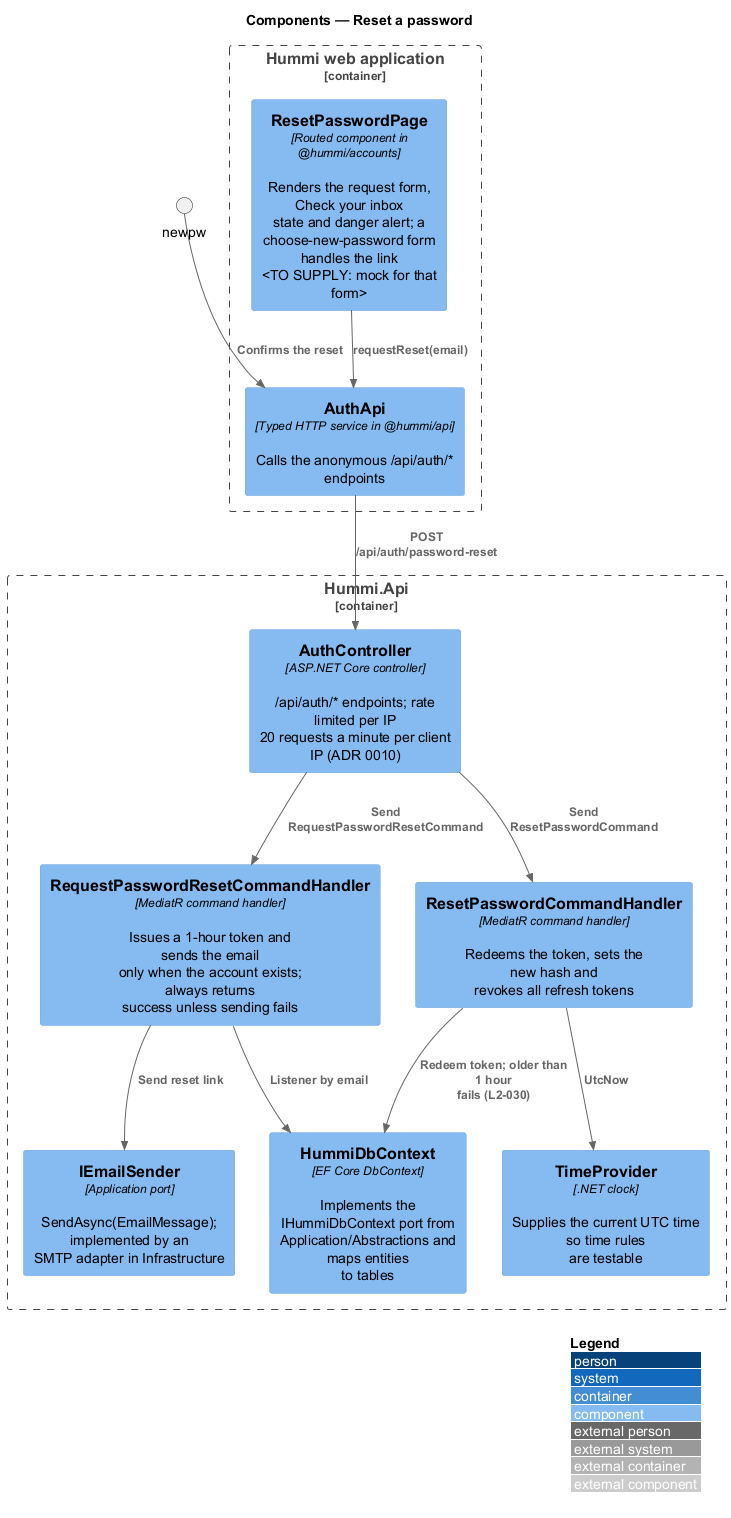
Before: docs/detailed-designs/accounts/reset-password/diagrams/c4-component.png, a diagram exported from PlantUML (QuinntyneBrown/hummi).
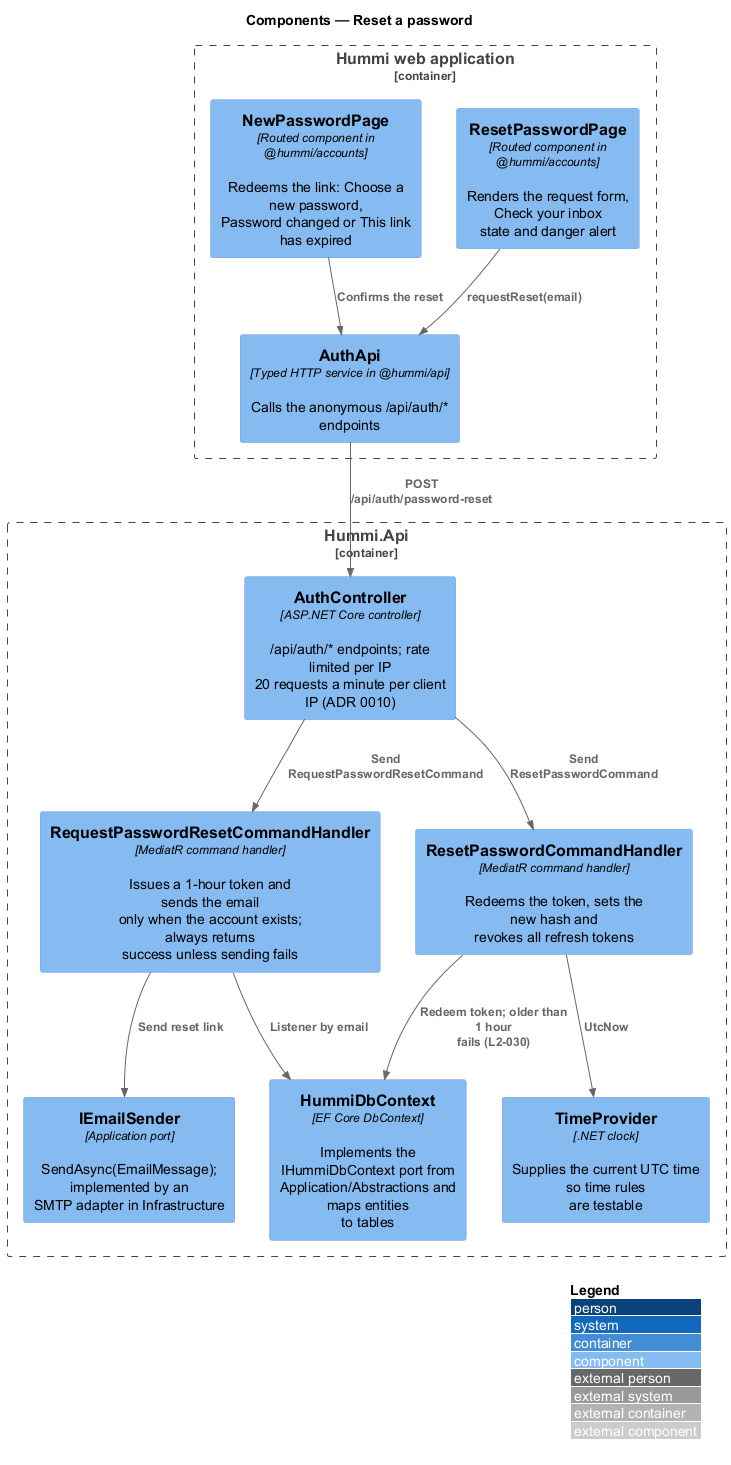
The same diagram one commit later.

Change to the diagram source:
```diff
@@ -4,7 +4,8 @@
 title Components — Reset a password
 
 Container_Boundary(spa, "Hummi web application") {
-  Component(page, "ResetPasswordPage", "Routed component in @hummi/accounts", "Renders the request form, Check your inbox\nstate and danger alert; a\nchoose-new-password form handles the link\n<TO SUPPLY: mock for that form>")
+  Component(page, "ResetPasswordPage", "Routed component in @hummi/accounts", "Renders the request form, Check your inbox\nstate and danger alert")
+  Component(newpw, "NewPasswordPage", "Routed component in @hummi/accounts", "Redeems the link: Choose a new password,\nPassword changed or This link has expired")
   Component(client, "AuthApi", "Typed HTTP service in @hummi/api", "Calls the anonymous /api/auth/* endpoints")
 }
 Container_Boundary(api, "Hummi.Api") {
```
